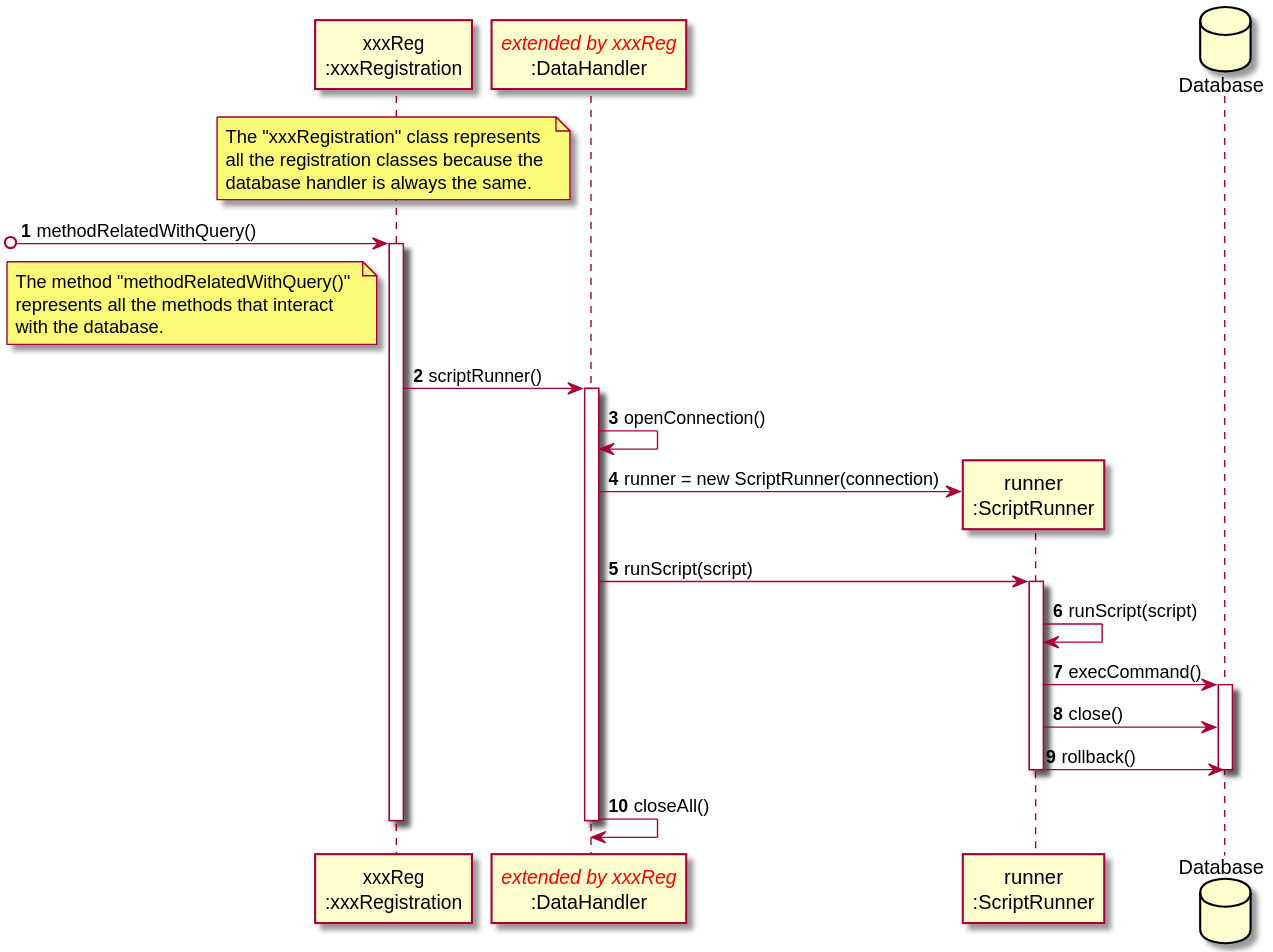
Before: docs/Iteration 3/SD_CONNECTIONS.svg, a diagram exported from PlantUML (tiagoavcosta25/LAPR3). The source it was exported from:
```plantuml
@startuml
autonumber
participant "xxxReg\n:xxxRegistration" as REG
participant "//<color #red>extended by xxxReg//\n:DataHandler" as DH
participant "runner\n:ScriptRunner" as SR
database "Database" as DB

note over REG : The "xxxRegistration" class represents\nall the registration classes because the \ndatabase handler is always the same.
[o-> REG : methodRelatedWithQuery()
note left REG : The method "methodRelatedWithQuery()" \nrepresents all the methods that interact\nwith the database.
activate REG
REG -> DH : scriptRunner()
activate DH
DH -> DH : openConnection()
DH -> SR** : runner = new ScriptRunner(connection)
DH -> SR : runScript(script)
activate SR
SR -> SR : runScript(script)
SR -> DB : execCommand()
activate DB
SR -> DB : close()
SR -> DB : rollback()
deactivate DB
deactivate SR
DH -> DH : closeAll()
deactivate DH
deactivate REG
@enduml
```
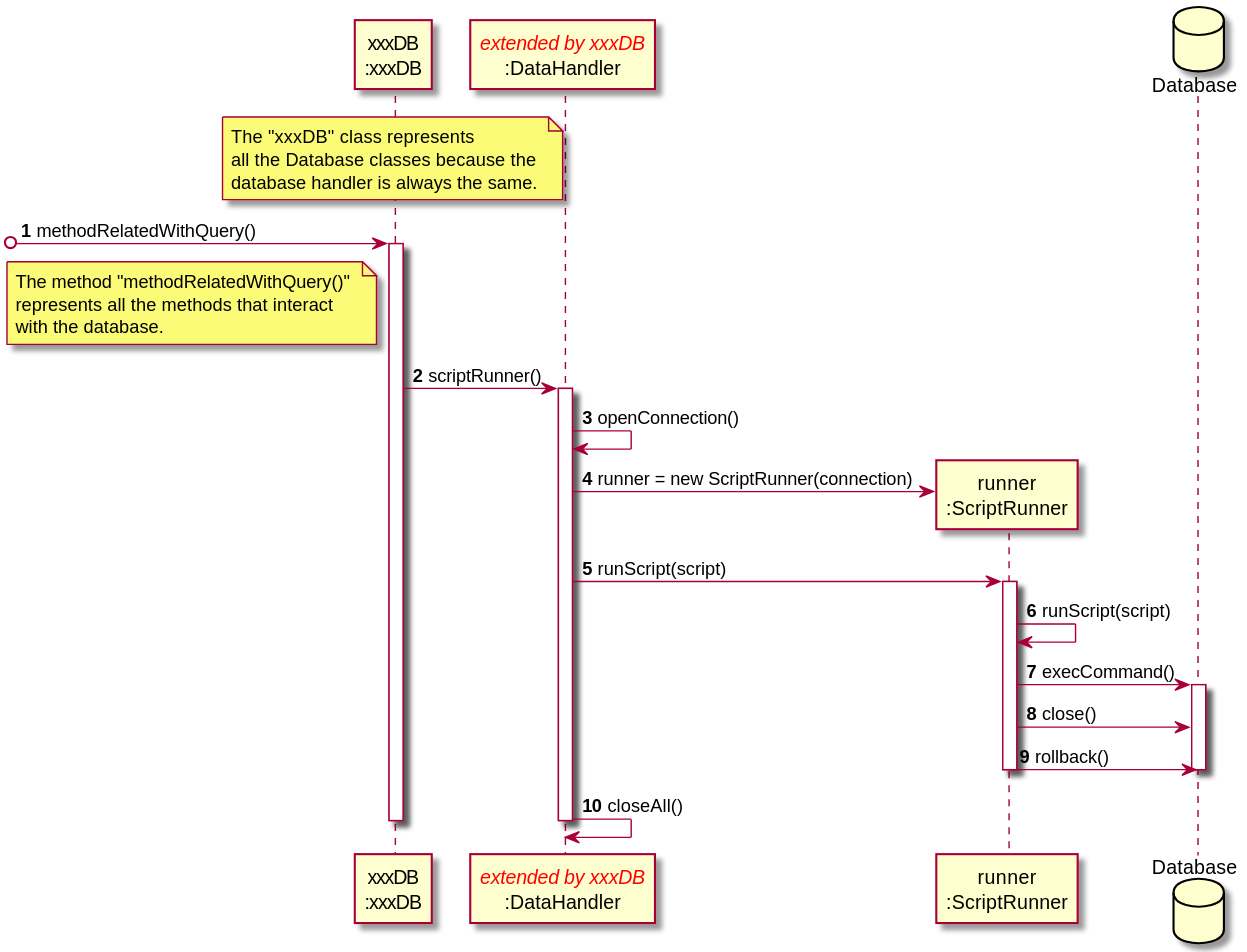
Above is the later version.

The edit, as a diff of the source:
```diff
@@ -1,15 +1,15 @@
 @startuml
 autonumber
-participant "xxxReg\n:xxxRegistration" as REG
-participant "//<color #red>extended by xxxReg//\n:DataHandler" as DH
+participant "xxxDB\n:xxxDB" as XDB
+participant "//<color #red>extended by xxxDB//\n:DataHandler" as DH
 participant "runner\n:ScriptRunner" as SR
 database "Database" as DB
 
-note over REG : The "xxxRegistration" class represents\nall the registration classes because the \ndatabase handler is always the same.
-[o-> REG : methodRelatedWithQuery()
-note left REG : The method "methodRelatedWithQuery()" \nrepresents all the methods that interact\nwith the database.
-activate REG
-REG -> DH : scriptRunner()
+note over XDB : The "xxxDB" class represents\nall the Database classes because the \ndatabase handler is always the same.
+[o-> XDB : methodRelatedWithQuery()
+note left XDB : The method "methodRelatedWithQuery()" \nrepresents all the methods that interact\nwith the database.
+activate XDB
+XDB -> DH : scriptRunner()
 activate DH
 DH -> DH : openConnection()
 DH -> SR** : runner = new ScriptRunner(connection)
@@ -24,5 +24,5 @@
 deactivate SR
 DH -> DH : closeAll()
 deactivate DH
-deactivate REG
+deactivate XDB
 @enduml
```
